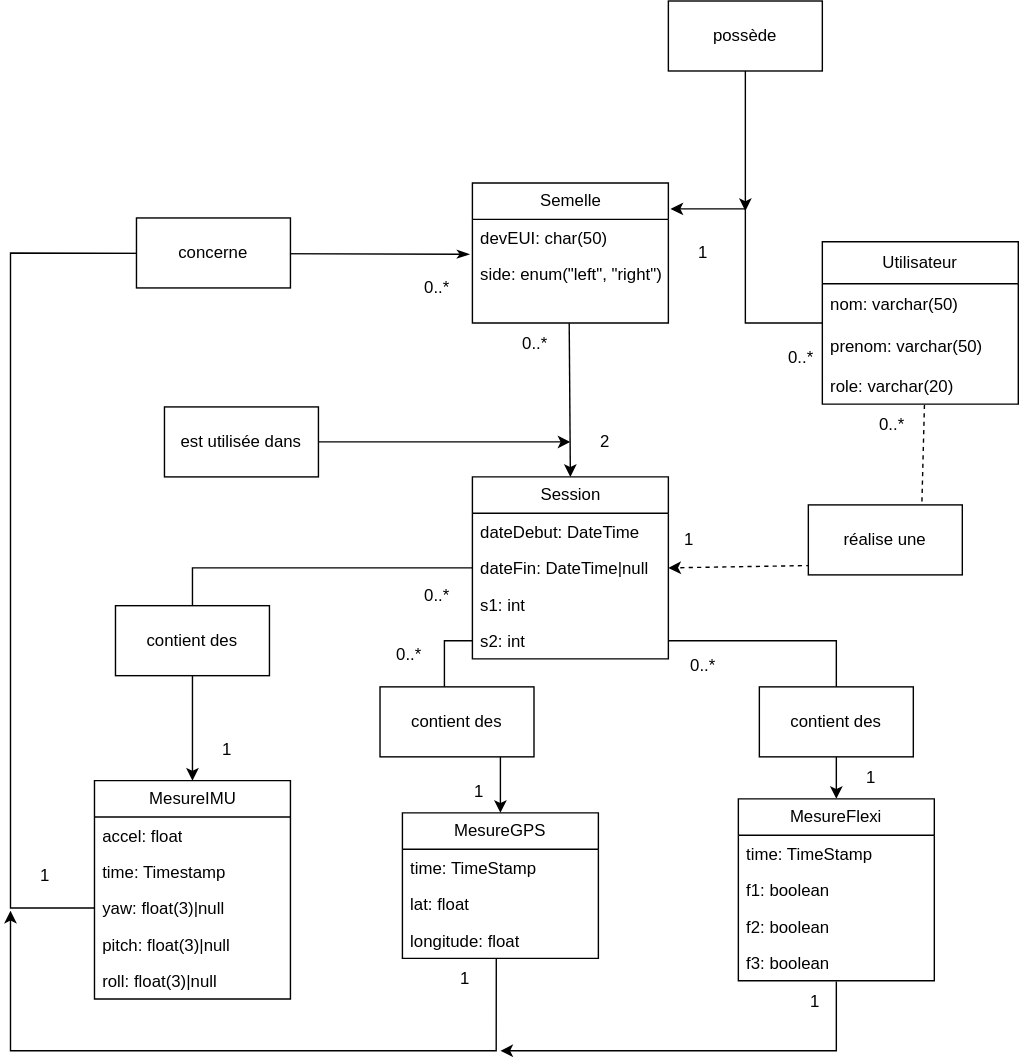
Before: bdd/Semelle UML.drawio.svg, a diagram exported from draw.io (lpeyr/p2i). Source tidied: cells renumbered, new cells last; positions are measured from the earlier drawing's top-left corner, leaving out a move shared by most shapes.
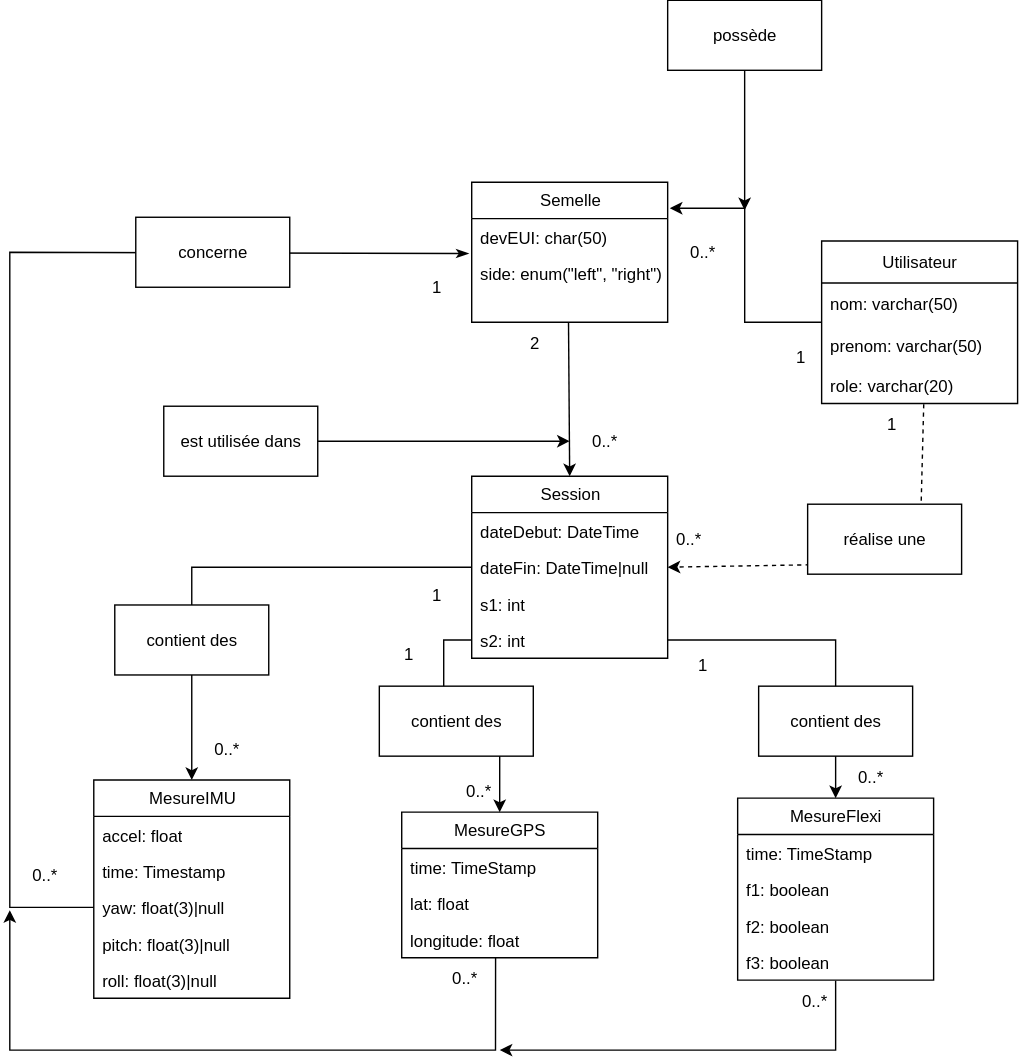
After the commit.

Diff of the diagram source:
```diff
@@ -94,10 +94,10 @@
     <mxCell id="31" value="possède" style="html=1;whiteSpace=wrap;" parent="1" vertex="1">
       <mxGeometry x="470" width="110" height="50" as="geometry" />
     </mxCell>
-    <mxCell id="32" value="1" style="text;html=1;whiteSpace=wrap;strokeColor=none;fillColor=none;align=center;verticalAlign=middle;rounded=0;" parent="1" vertex="1">
+    <mxCell id="32" value="0..*" style="text;html=1;whiteSpace=wrap;strokeColor=none;fillColor=none;align=center;verticalAlign=middle;rounded=0;" parent="1" vertex="1">
       <mxGeometry x="480" y="165" width="30" height="30" as="geometry" />
     </mxCell>
-    <mxCell id="33" value="0..*" style="text;html=1;whiteSpace=wrap;strokeColor=none;fillColor=none;align=center;verticalAlign=middle;rounded=0;" parent="1" vertex="1">
+    <mxCell id="33" value="1" style="text;html=1;whiteSpace=wrap;strokeColor=none;fillColor=none;align=center;verticalAlign=middle;rounded=0;" parent="1" vertex="1">
       <mxGeometry x="550" y="240" width="30" height="30" as="geometry" />
     </mxCell>
     <mxCell id="34" style="edgeStyle=orthogonalEdgeStyle;rounded=0;jettySize=auto;html=1;" parent="1" edge="1" source="35">
@@ -111,10 +111,10 @@
     <mxCell id="36" style="endArrow=classic;html=1;rounded=0;exitX=0.494;exitY=1.006;exitDx=0;exitDy=0;exitPerimeter=0;entryX=0.5;entryY=0;entryDx=0;entryDy=0;" parent="1" edge="1" source="13" target="6">
       <mxGeometry relative="1" as="geometry" />
     </mxCell>
-    <mxCell id="37" value="2" style="text;html=1;whiteSpace=wrap;strokeColor=none;fillColor=none;align=center;verticalAlign=middle;rounded=0;" parent="1" vertex="1">
+    <mxCell id="37" value="0..*" style="text;html=1;whiteSpace=wrap;strokeColor=none;fillColor=none;align=center;verticalAlign=middle;rounded=0;" parent="1" vertex="1">
       <mxGeometry x="410" y="300" width="30" height="30" as="geometry" />
     </mxCell>
-    <mxCell id="38" value="0..*" style="text;html=1;whiteSpace=wrap;strokeColor=none;fillColor=none;align=center;verticalAlign=middle;rounded=0;" parent="1" vertex="1">
+    <mxCell id="38" value="2" style="text;html=1;whiteSpace=wrap;strokeColor=none;fillColor=none;align=center;verticalAlign=middle;rounded=0;" parent="1" vertex="1">
       <mxGeometry x="360" y="230" width="30" height="30" as="geometry" />
     </mxCell>
     <mxCell id="39" style="endArrow=classic;html=1;rounded=0;exitX=0.521;exitY=1.021;exitDx=0;exitDy=0;exitPerimeter=0;entryX=1;entryY=0.5;entryDx=0;entryDy=0;dashed=1;" parent="1" edge="1" source="5" target="8">
@@ -127,10 +127,10 @@
     <mxCell id="40" value="réalise une" style="html=1;whiteSpace=wrap;" parent="1" vertex="1">
       <mxGeometry x="570" y="360" width="110" height="50" as="geometry" />
     </mxCell>
-    <mxCell id="41" value="0..*" style="text;html=1;whiteSpace=wrap;strokeColor=none;fillColor=none;align=center;verticalAlign=middle;rounded=0;" parent="1" vertex="1">
+    <mxCell id="41" value="1" style="text;html=1;whiteSpace=wrap;strokeColor=none;fillColor=none;align=center;verticalAlign=middle;rounded=0;" parent="1" vertex="1">
       <mxGeometry x="615" y="288" width="30" height="30" as="geometry" />
     </mxCell>
-    <mxCell id="42" value="1" style="text;html=1;whiteSpace=wrap;strokeColor=none;fillColor=none;align=center;verticalAlign=middle;rounded=0;" parent="1" vertex="1">
+    <mxCell id="42" value="0..*" style="text;html=1;whiteSpace=wrap;strokeColor=none;fillColor=none;align=center;verticalAlign=middle;rounded=0;" parent="1" vertex="1">
       <mxGeometry x="470" y="370" width="30" height="30" as="geometry" />
     </mxCell>
     <mxCell id="43" style="edgeStyle=orthogonalEdgeStyle;rounded=0;jettySize=auto;html=1;entryX=0.5;entryY=0;entryDx=0;entryDy=0;" parent="1" edge="1" source="8" target="14">
@@ -151,22 +151,22 @@
     <mxCell id="48" value="contient des" style="html=1;whiteSpace=wrap;" parent="1" vertex="1">
       <mxGeometry x="535" y="490" width="110" height="50" as="geometry" />
     </mxCell>
-    <mxCell id="49" value="1" style="text;html=1;whiteSpace=wrap;strokeColor=none;fillColor=none;align=center;verticalAlign=middle;rounded=0;" parent="1" vertex="1">
+    <mxCell id="49" value="0..*" style="text;html=1;whiteSpace=wrap;strokeColor=none;fillColor=none;align=center;verticalAlign=middle;rounded=0;" parent="1" vertex="1">
       <mxGeometry x="140" y="520" width="30" height="30" as="geometry" />
     </mxCell>
-    <mxCell id="50" value="0..*" style="text;html=1;whiteSpace=wrap;strokeColor=none;fillColor=none;align=center;verticalAlign=middle;rounded=0;" parent="1" vertex="1">
+    <mxCell id="50" value="1" style="text;html=1;whiteSpace=wrap;strokeColor=none;fillColor=none;align=center;verticalAlign=middle;rounded=0;" parent="1" vertex="1">
       <mxGeometry x="290" y="410" width="30" height="30" as="geometry" />
     </mxCell>
-    <mxCell id="51" value="0..*" style="text;html=1;whiteSpace=wrap;strokeColor=none;fillColor=none;align=center;verticalAlign=middle;rounded=0;" parent="1" vertex="1">
+    <mxCell id="51" value="1" style="text;html=1;whiteSpace=wrap;strokeColor=none;fillColor=none;align=center;verticalAlign=middle;rounded=0;" parent="1" vertex="1">
       <mxGeometry x="270" y="452" width="30" height="30" as="geometry" />
     </mxCell>
-    <mxCell id="52" value="0..*" style="text;html=1;whiteSpace=wrap;strokeColor=none;fillColor=none;align=center;verticalAlign=middle;rounded=0;" parent="1" vertex="1">
+    <mxCell id="52" value="1" style="text;html=1;whiteSpace=wrap;strokeColor=none;fillColor=none;align=center;verticalAlign=middle;rounded=0;" parent="1" vertex="1">
       <mxGeometry x="480" y="460" width="30" height="30" as="geometry" />
     </mxCell>
-    <mxCell id="53" value="1" style="text;html=1;whiteSpace=wrap;strokeColor=none;fillColor=none;align=center;verticalAlign=middle;rounded=0;" parent="1" vertex="1">
+    <mxCell id="53" value="0..*" style="text;html=1;whiteSpace=wrap;strokeColor=none;fillColor=none;align=center;verticalAlign=middle;rounded=0;" parent="1" vertex="1">
       <mxGeometry x="600" y="540" width="30" height="30" as="geometry" />
     </mxCell>
-    <mxCell id="54" value="1" style="text;html=1;whiteSpace=wrap;strokeColor=none;fillColor=none;align=center;verticalAlign=middle;rounded=0;" parent="1" vertex="1">
+    <mxCell id="54" value="0..*" style="text;html=1;whiteSpace=wrap;strokeColor=none;fillColor=none;align=center;verticalAlign=middle;rounded=0;" parent="1" vertex="1">
       <mxGeometry x="320" y="550" width="30" height="30" as="geometry" />
     </mxCell>
     <mxCell id="55" style="endArrow=none;html=1;rounded=0;exitX=-0.015;exitY=0.958;exitDx=0;exitDy=0;exitPerimeter=0;entryX=0;entryY=0.5;entryDx=0;entryDy=0;startArrow=classicThin;startFill=1;endFill=0;" parent="1" edge="1" source="12" target="17">
@@ -180,10 +180,10 @@
     <mxCell id="56" value="concerne" style="html=1;whiteSpace=wrap;" parent="1" vertex="1">
       <mxGeometry x="90" y="155" width="110" height="50" as="geometry" />
     </mxCell>
-    <mxCell id="57" value="1" style="text;html=1;whiteSpace=wrap;strokeColor=none;fillColor=none;align=center;verticalAlign=middle;rounded=0;" parent="1" vertex="1">
+    <mxCell id="57" value="0..*" style="text;html=1;whiteSpace=wrap;strokeColor=none;fillColor=none;align=center;verticalAlign=middle;rounded=0;" parent="1" vertex="1">
       <mxGeometry x="10" y="610" width="30" height="30" as="geometry" />
     </mxCell>
-    <mxCell id="58" value="0..*" style="text;html=1;whiteSpace=wrap;strokeColor=none;fillColor=none;align=center;verticalAlign=middle;rounded=0;" parent="1" vertex="1">
+    <mxCell id="58" value="1" style="text;html=1;whiteSpace=wrap;strokeColor=none;fillColor=none;align=center;verticalAlign=middle;rounded=0;" parent="1" vertex="1">
       <mxGeometry x="290" y="190" width="30" height="30" as="geometry" />
     </mxCell>
     <mxCell id="59" style="endArrow=none;html=1;rounded=0;entryX=0.479;entryY=1.006;entryDx=0;entryDy=0;entryPerimeter=0;startArrow=classic;startFill=1;endFill=0;" parent="1" edge="1" target="23">
@@ -203,10 +203,10 @@
         </Array>
       </mxGeometry>
     </mxCell>
-    <mxCell id="61" value="1" style="text;html=1;whiteSpace=wrap;strokeColor=none;fillColor=none;align=center;verticalAlign=middle;rounded=0;" parent="1" vertex="1">
+    <mxCell id="61" value="0..*" style="text;html=1;whiteSpace=wrap;strokeColor=none;fillColor=none;align=center;verticalAlign=middle;rounded=0;" parent="1" vertex="1">
       <mxGeometry x="310" y="684" width="30" height="30" as="geometry" />
     </mxCell>
-    <mxCell id="62" value="1" style="text;html=1;whiteSpace=wrap;strokeColor=none;fillColor=none;align=center;verticalAlign=middle;rounded=0;" parent="1" vertex="1">
+    <mxCell id="62" value="0..*" style="text;html=1;whiteSpace=wrap;strokeColor=none;fillColor=none;align=center;verticalAlign=middle;rounded=0;" parent="1" vertex="1">
       <mxGeometry x="560" y="700" width="30" height="30" as="geometry" />
     </mxCell>
   </root>
```
